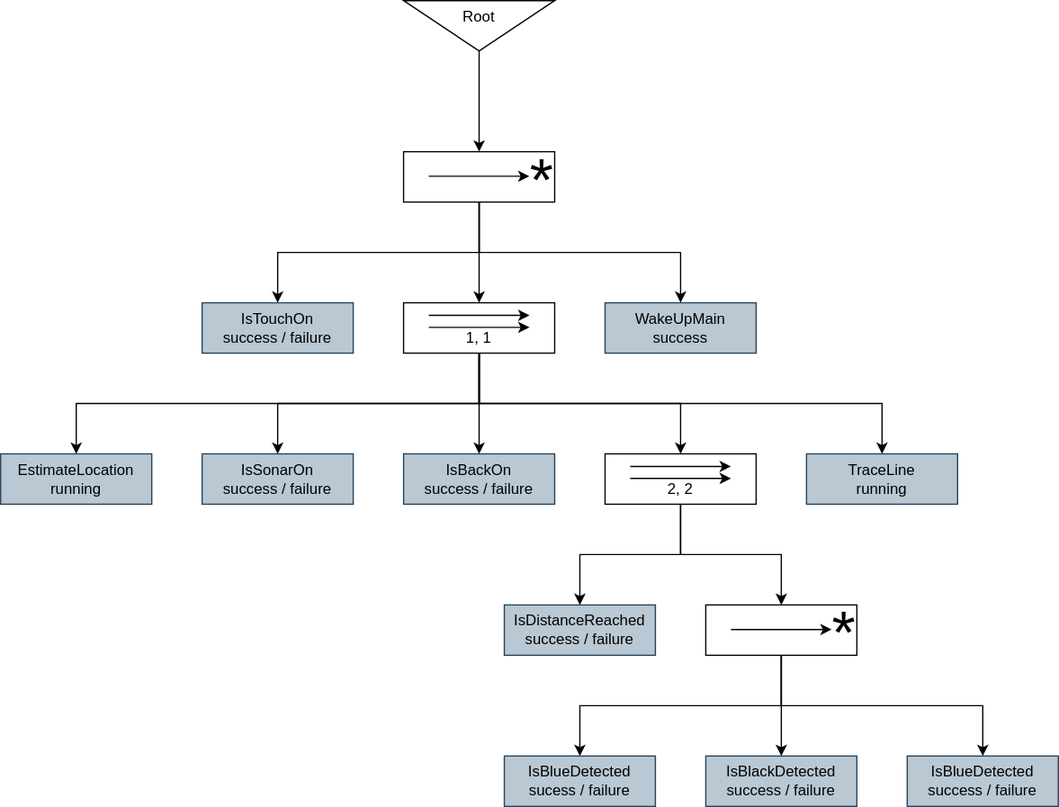
Earlier version of the draw.io export 2021base/behavior_tree.drawio.svg (ymnkmstk/roboyama). Source tidied: cells renumbered, new cells last; positions are measured from the earlier drawing's top-left corner, leaving out a move shared by most shapes.
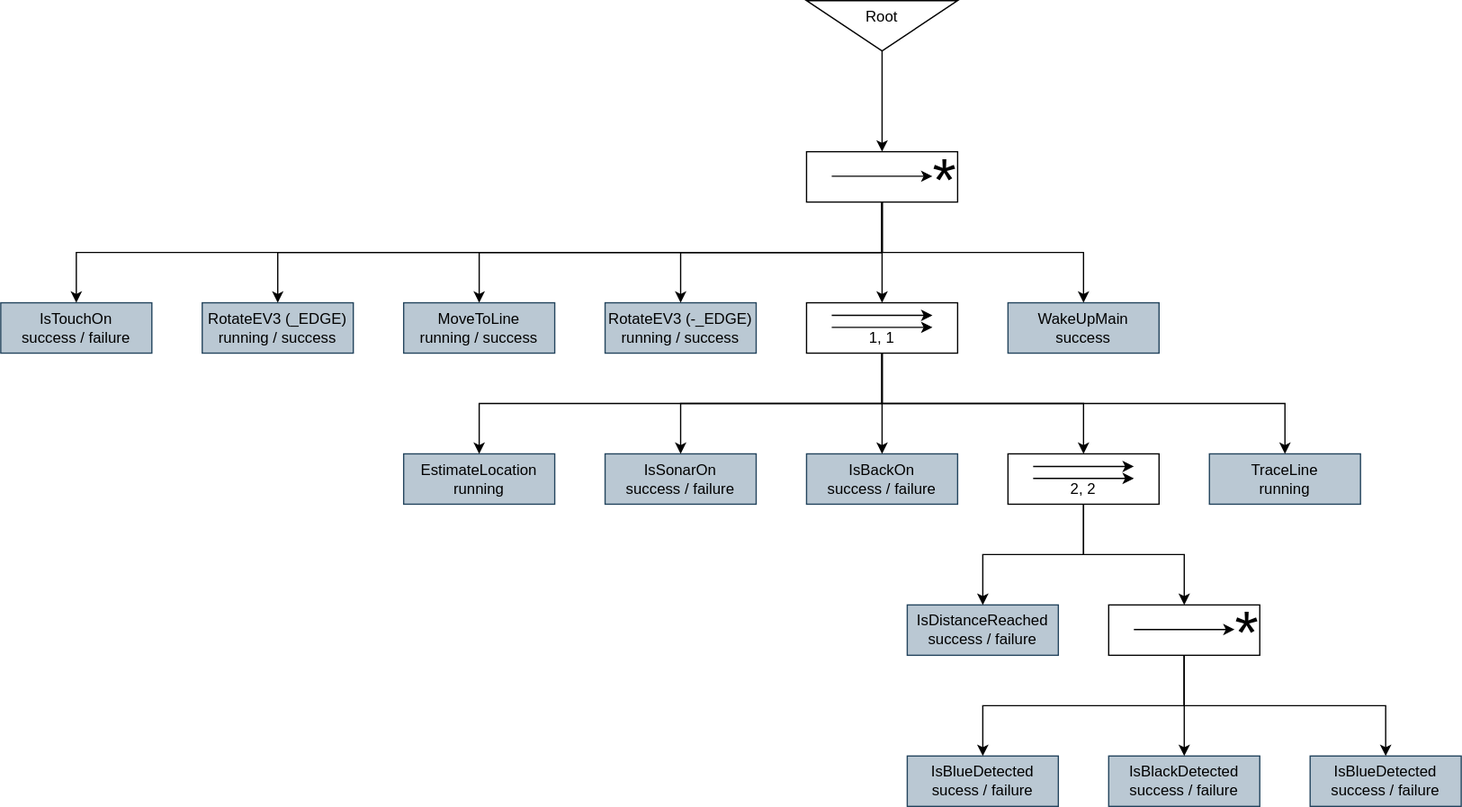
After the commit.

Change to the diagram source:
```diff
@@ -9,7 +9,7 @@
       <mxGeometry x="320" width="120" height="40" as="geometry" />
     </mxCell>
     <mxCell id="4" value="IsTouchOn&lt;br&gt;success / failure" style="rounded=0;whiteSpace=wrap;html=1;fillColor=#bac8d3;strokeColor=#23445d;" parent="1" vertex="1">
-      <mxGeometry x="160" y="240" width="120" height="40" as="geometry" />
+      <mxGeometry x="-320" y="240" width="120" height="40" as="geometry" />
     </mxCell>
     <mxCell id="5" style="group;" parent="1" vertex="1">
       <mxGeometry x="320" y="240" width="120" height="40" as="geometry" />
@@ -104,11 +104,11 @@
     <mxCell id="29" value="IsBlueDetected&lt;br&gt;success / failure" style="rounded=0;whiteSpace=wrap;html=1;fillColor=#bac8d3;strokeColor=#23445d;" parent="1" vertex="1">
       <mxGeometry x="720" y="600" width="120" height="40" as="geometry" />
     </mxCell>
-    <mxCell id="30" style="edgeStyle=orthogonalEdgeStyle;rounded=0;jettySize=auto;html=1;exitX=0.5;exitY=1;exitDx=0;exitDy=0;" parent="1" edge="1" source="10" target="4">
+    <mxCell id="30" style="edgeStyle=orthogonalEdgeStyle;rounded=0;jettySize=auto;html=1;exitX=0.5;exitY=1;exitDx=0;exitDy=0;entryX=0.5;entryY=0;entryDx=0;entryDy=0;" parent="1" edge="1" source="10" target="4">
       <mxGeometry relative="1" as="geometry">
         <Array as="points">
           <mxPoint x="380" y="200" />
-          <mxPoint x="220" y="200" />
+          <mxPoint x="-260" y="200" />
         </Array>
       </mxGeometry>
     </mxCell>
@@ -148,5 +148,33 @@
     <mxCell id="42" style="edgeStyle=orthogonalEdgeStyle;rounded=0;jettySize=auto;html=1;exitX=0.5;exitY=1;exitDx=0;exitDy=0;entryX=0.5;entryY=0;entryDx=0;entryDy=0;" parent="1" edge="1" source="15" target="27">
       <mxGeometry relative="1" as="geometry" />
     </mxCell>
+    <mxCell id="43" value="RotateEV3 (_EDGE)&lt;br&gt;running / success" style="rounded=0;whiteSpace=wrap;html=1;fillColor=#bac8d3;strokeColor=#23445d;" parent="1" vertex="1">
+      <mxGeometry x="-160" y="240" width="120" height="40" as="geometry" />
+    </mxCell>
+    <mxCell id="44" value="RotateEV3 (-_EDGE)&lt;br&gt;running / success" style="rounded=0;whiteSpace=wrap;html=1;fillColor=#bac8d3;strokeColor=#23445d;" parent="1" vertex="1">
+      <mxGeometry x="160" y="240" width="120" height="40" as="geometry" />
+    </mxCell>
+    <mxCell id="45" value="MoveToLine&lt;br&gt;running / success" style="rounded=0;whiteSpace=wrap;html=1;fillColor=#bac8d3;strokeColor=#23445d;" parent="1" vertex="1">
+      <mxGeometry y="240" width="120" height="40" as="geometry" />
+    </mxCell>
+    <mxCell id="46" style="edgeStyle=orthogonalEdgeStyle;rounded=0;jettySize=auto;html=1;exitX=0.5;exitY=1;exitDx=0;exitDy=0;entryX=0.5;entryY=0;entryDx=0;entryDy=0;" parent="1" edge="1" source="10" target="43">
+      <mxGeometry relative="1" as="geometry">
+        <Array as="points">
+          <mxPoint x="380" y="200" />
+          <mxPoint x="-100" y="200" />
+        </Array>
+      </mxGeometry>
+    </mxCell>
+    <mxCell id="47" style="edgeStyle=orthogonalEdgeStyle;rounded=0;jettySize=auto;html=1;entryX=0.5;entryY=0;entryDx=0;entryDy=0;exitX=0.5;exitY=1;exitDx=0;exitDy=0;" parent="1" edge="1" source="10" target="45">
+      <mxGeometry relative="1" as="geometry">
+        <Array as="points">
+          <mxPoint x="380" y="200" />
+          <mxPoint x="60" y="200" />
+        </Array>
+      </mxGeometry>
+    </mxCell>
+    <mxCell id="48" style="edgeStyle=orthogonalEdgeStyle;rounded=0;jettySize=auto;html=1;exitX=0.5;exitY=1;exitDx=0;exitDy=0;entryX=0.5;entryY=0;entryDx=0;entryDy=0;" parent="1" edge="1" source="10" target="44">
+      <mxGeometry relative="1" as="geometry" />
+    </mxCell>
   </root>
 </mxGraphModel>
```
